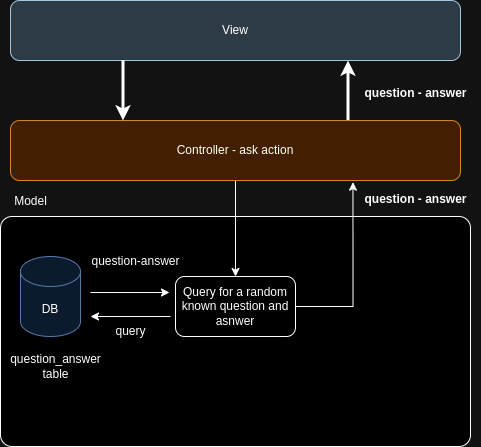
mmichelj/askmybook keeps this draw.io diagram as lucky.drawio.png. Above is the earlier version. Source tidied: cells renumbered, new cells last; positions are measured from the earlier drawing's top-left corner, leaving out a move shared by most shapes.
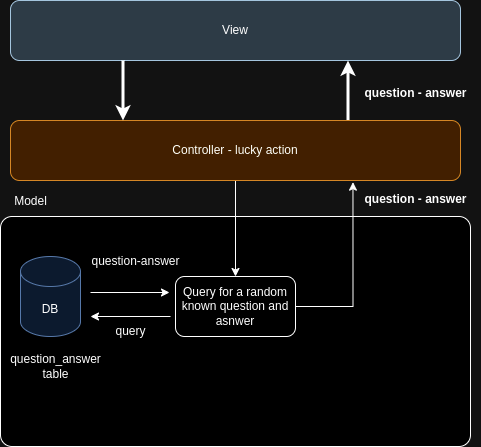
Above is the later version.

The edit, as a diff of the source:
```diff
@@ -14,7 +14,7 @@
     <mxCell id="5" style="edgeStyle=orthogonalEdgeStyle;rounded=0;jettySize=auto;html=1;entryX=0.5;entryY=0;entryDx=0;entryDy=0;" parent="1" edge="1" source="6" target="10">
       <mxGeometry relative="1" as="geometry" />
     </mxCell>
-    <mxCell id="6" value="Controller - ask action" style="rounded=1;whiteSpace=wrap;html=1;fillColor=#fad7ac;strokeColor=#b46504;" parent="1" vertex="1">
+    <mxCell id="6" value="Controller - lucky action" style="rounded=1;whiteSpace=wrap;html=1;fillColor=#fad7ac;strokeColor=#b46504;" parent="1" vertex="1">
       <mxGeometry x="10" y="120" width="450" height="60" as="geometry" />
     </mxCell>
     <mxCell id="7" style="edgeStyle=orthogonalEdgeStyle;rounded=0;jettySize=auto;html=1;exitX=0.25;exitY=1;exitDx=0;exitDy=0;entryX=0.25;entryY=0;entryDx=0;entryDy=0;strokeWidth=3;" parent="1" edge="1" source="3" target="6">
```
